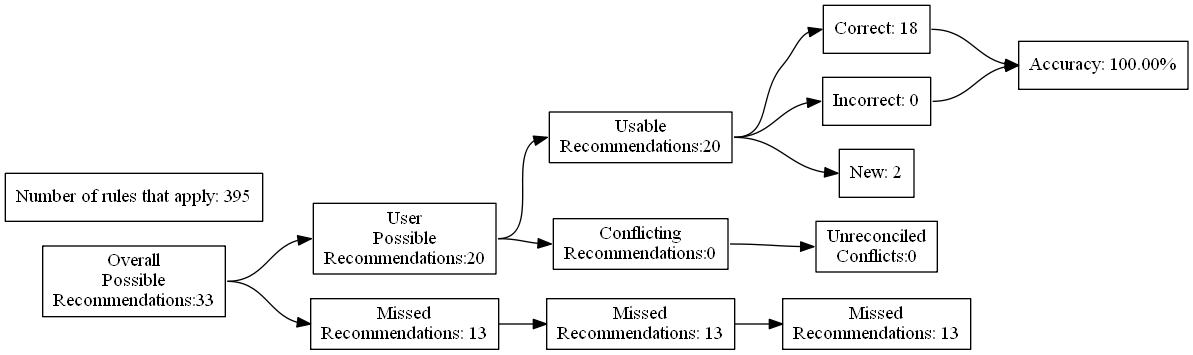
Earlier version of the Graphviz export test_renders/87.gv.png (ZaxR/ibd_diet_analysis). Its source is kept beside it as test_renders/87.gv.
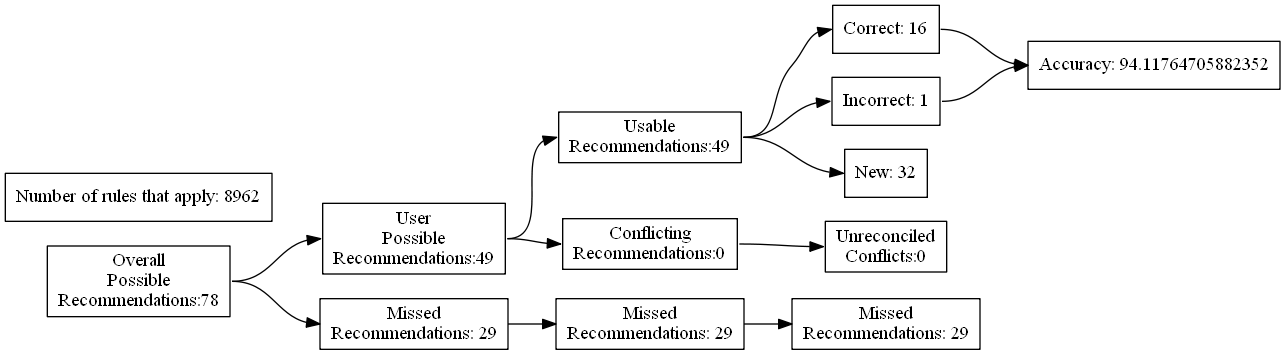
After the commit.

Change to the diagram source:
```diff
@@ -4,27 +4,27 @@
 	edge [headport=w tailport=e]
 		A [label="Overall
 Possible
-Recommendations:33"]
+Recommendations:78"]
 		B [label="User
 Possible
-Recommendations:20"]
+Recommendations:49"]
 		C [label="Missed
-Recommendations: 13"]
+Recommendations: 29"]
 		D [label="Usable
-Recommendations:20"]
+Recommendations:49"]
 		E [label="Conflicting
 Recommendations:0"]
 		J [label="Missed
-Recommendations: 13"]
+Recommendations: 29"]
 		M [label="Unreconciled
 Conflicts:0"]
-		F [label="Correct: 18"]
-		G [label="Incorrect: 0"]
-		H [label="New: 2"]
+		F [label="Correct: 16"]
+		G [label="Incorrect: 1"]
+		H [label="New: 32"]
 		K [label="Missed
-Recommendations: 13"]
-		I [label="Accuracy: 100.00%"]
-		l [label="Number of rules that apply: 395"]
+Recommendations: 29"]
+		I [label="Accuracy: 94.11764705882352"]
+		l [label="Number of rules that apply: 8962"]
 			A -> B
 			A -> C
 			B -> D
```
